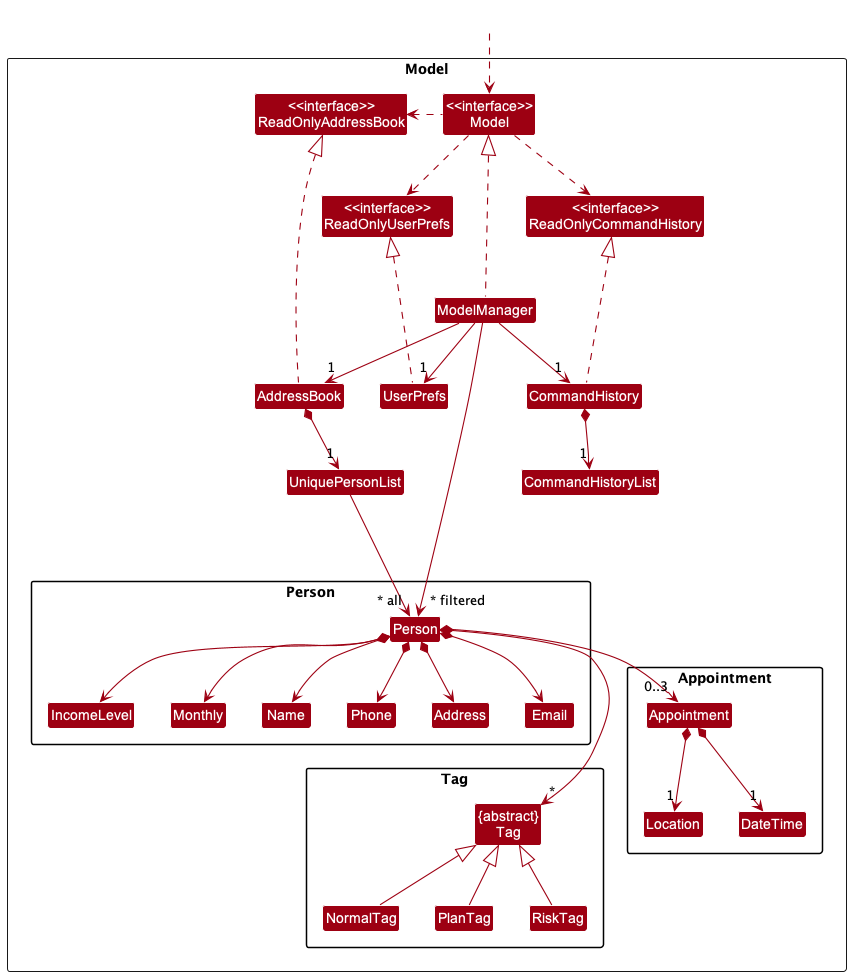
Earlier version of the PlantUML export docs/images/ModelClassDiagram.png (nus-cs2103-AY2223S1/tp). Its source is kept beside it as docs/diagrams/ModelClassDiagram.puml.
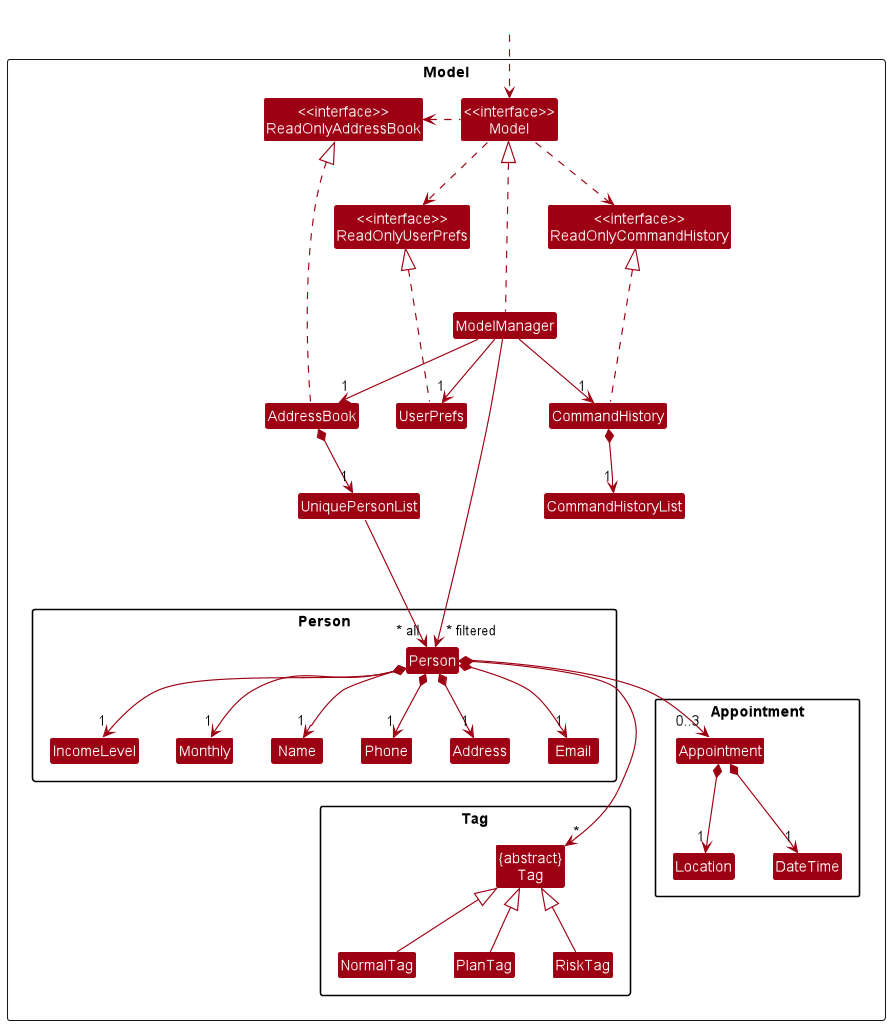
The same diagram one commit later.

Diff of the diagram source:
```diff
@@ -76,12 +76,12 @@
 
 AddressBook *--> "1" UniquePersonList
 UniquePersonList ---> "~* all" Person
-Person *--> Name
-Person *--> Phone
-Person *--> Email
-Person *--> Address
-Person *--> IncomeLevel
-Person *--> Monthly
+Person *--> "1" Name
+Person *--> "1" Phone
+Person *--> "1" Email
+Person *--> "1" Address
+Person *--> "1" IncomeLevel
+Person *--> "1" Monthly
 Person *--> "0..3" Appointment
 Person *---> "*" Tag
 Appointment *--> "1" Location
```
